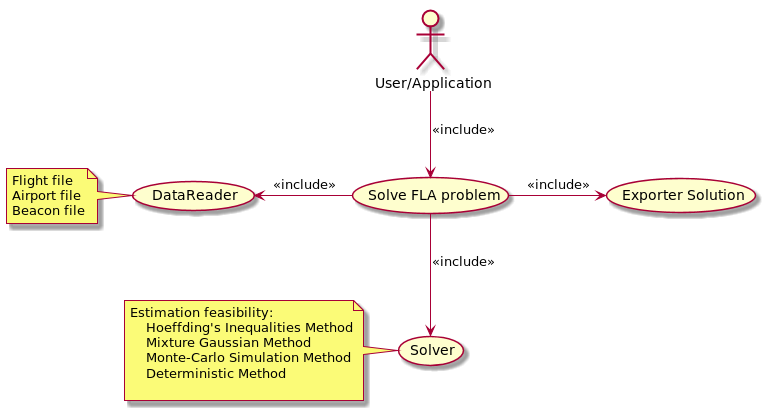
The PlantUML diagram uml/UseCaseDiagram_RobustFLA.png in martinWANG2014/RobustFLA, before a commit.
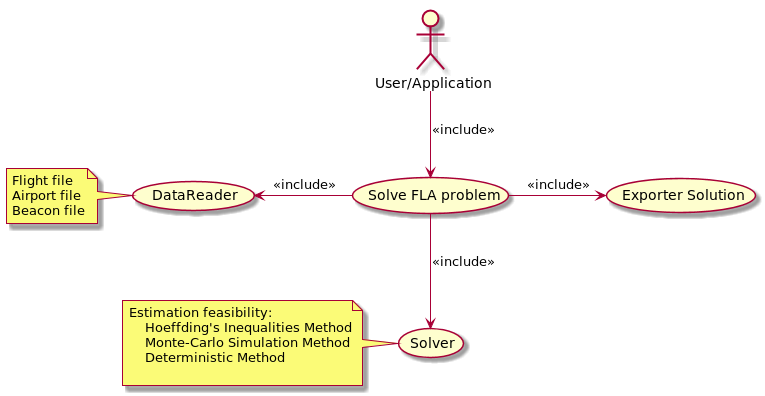
Above is the later version.

The edit, as a diff of the source:
```diff
@@ -11,7 +11,6 @@
 note left of (Solver)
 Estimation feasibility:
     Hoeffding's Inequalities Method
-    Mixture Gaussian Method
     Monte-Carlo Simulation Method
     Deterministic Method
 
```
